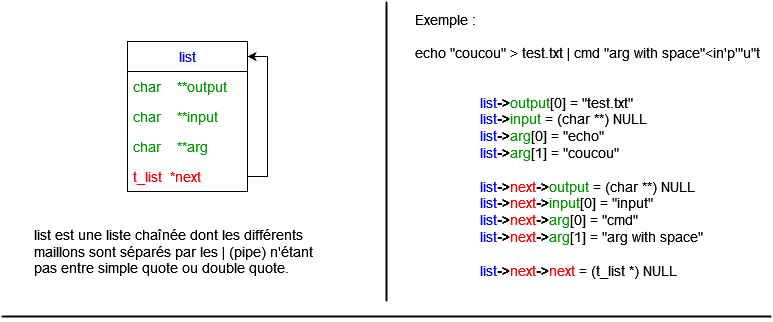
The draw.io diagram minishell.png in ninofaivre/minishell, before a commit. Source tidied: cells renumbered, new cells last; positions are measured from the earlier drawing's top-left corner, leaving out a move shared by most shapes.
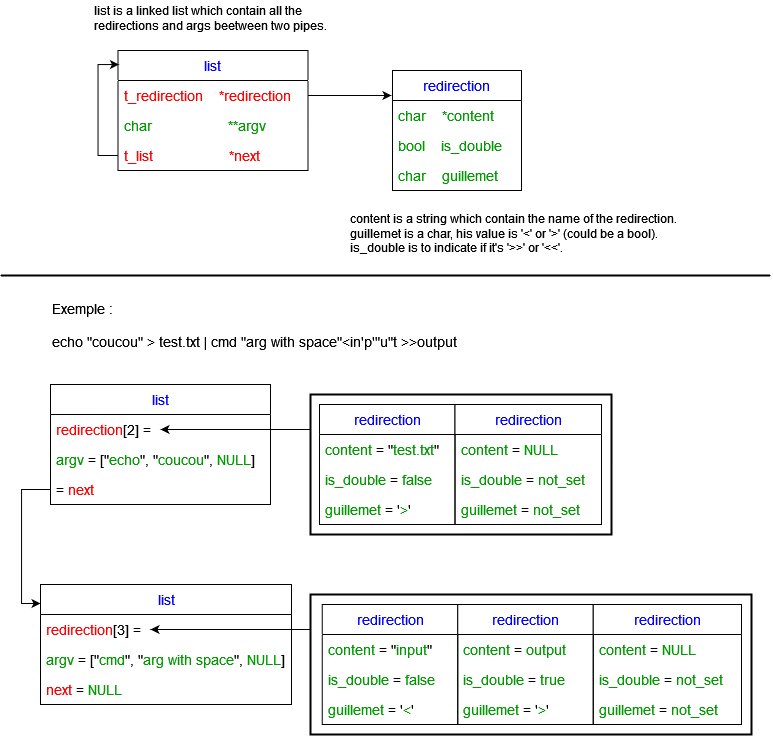
The same file after the commit.

Diff of the diagram source:
```diff
@@ -2,44 +2,167 @@
   <root>
     <mxCell id="0" />
     <mxCell id="1" parent="0" />
+    <mxCell id="14" style="rounded=0;whiteSpace=wrap;fillColor=none;strokeColor=#000000;strokeWidth=2;fontSize=12;fontColor=none;html=1;" parent="1" vertex="1">
+      <mxGeometry x="310" y="284" width="301" height="140" as="geometry" />
+    </mxCell>
+    <mxCell id="15" style="rounded=0;whiteSpace=wrap;fillColor=none;strokeColor=#000000;strokeWidth=2;fontSize=12;fontColor=none;html=1;" parent="1" vertex="1">
+      <mxGeometry x="310" y="484" width="441" height="140" as="geometry" />
+    </mxCell>
     <mxCell id="2" value="list" style="swimlane;fontStyle=0;horizontal=1;startSize=30;fontSize=14;fontColor=#0000FF;" parent="1" vertex="1">
-      <mxGeometry x="126" y="40" width="120" height="150" as="geometry" />
+      <mxGeometry x="117.5" y="-60" width="190" height="120" as="geometry" />
     </mxCell>
-    <mxCell id="3" value="char    **output" style="text;strokeColor=none;fillColor=none;align=left;verticalAlign=middle;spacingLeft=4;spacingRight=4;overflow=hidden;points=[[0,0.5],[1,0.5]];portConstraint=eastwest;fontSize=14;fontColor=#009900;" parent="2" vertex="1">
-      <mxGeometry y="30" width="120" height="30" as="geometry" />
+    <mxCell id="3" value="t_redirection    *redirection" style="text;strokeColor=none;fillColor=none;align=left;verticalAlign=middle;spacingLeft=4;spacingRight=4;overflow=hidden;points=[[0,0.5],[1,0.5]];portConstraint=eastwest;fontSize=14;fontColor=#FF0000;" parent="2" vertex="1">
+      <mxGeometry y="30" width="190" height="30" as="geometry" />
     </mxCell>
-    <mxCell id="4" value="char    **input" style="text;strokeColor=none;fillColor=none;align=left;verticalAlign=middle;spacingLeft=4;spacingRight=4;overflow=hidden;fontSize=14;fontColor=#009900;" parent="2" vertex="1">
-      <mxGeometry y="60" width="120" height="30" as="geometry" />
-    </mxCell>
-    <mxCell id="5" value="char    **arg" style="text;strokeColor=none;fillColor=none;align=left;verticalAlign=middle;spacingLeft=4;spacingRight=4;overflow=hidden;fontSize=14;fontColor=#009900;" parent="2" vertex="1">
-      <mxGeometry y="90" width="120" height="30" as="geometry" />
+    <mxCell id="5" value="char                   **argv" style="text;strokeColor=none;fillColor=none;align=left;verticalAlign=middle;spacingLeft=4;spacingRight=4;overflow=hidden;fontSize=14;fontColor=#009900;" parent="2" vertex="1">
+      <mxGeometry y="60" width="190" height="30" as="geometry" />
     </mxCell>
-    <mxCell id="6" style="edgeStyle=orthogonalEdgeStyle;rounded=0;jettySize=auto;html=1;exitX=1;exitY=0.5;exitDx=0;exitDy=0;entryX=1;entryY=0.1;entryDx=0;entryDy=0;entryPerimeter=0;" parent="2" edge="1" source="7" target="2">
+    <mxCell id="6" style="edgeStyle=orthogonalEdgeStyle;rounded=0;jettySize=auto;html=1;exitX=0;exitY=0.5;exitDx=0;exitDy=0;entryX=0.005;entryY=0.117;entryDx=0;entryDy=0;entryPerimeter=0;" parent="2" edge="1" source="7" target="2">
       <mxGeometry relative="1" as="geometry" />
     </mxCell>
-    <mxCell id="7" value="t_list  *next" style="text;strokeColor=none;fillColor=none;align=left;verticalAlign=middle;spacingLeft=4;spacingRight=4;overflow=hidden;points=[[0,0.5],[1,0.5]];portConstraint=eastwest;fontSize=14;fontColor=#FF0000;" parent="2" vertex="1">
-      <mxGeometry y="120" width="120" height="30" as="geometry" />
+    <mxCell id="7" value="t_list                   *next" style="text;strokeColor=none;fillColor=none;align=left;verticalAlign=middle;spacingLeft=4;spacingRight=4;overflow=hidden;points=[[0,0.5],[1,0.5]];portConstraint=eastwest;fontSize=14;fontColor=#FF0000;" parent="2" vertex="1">
+      <mxGeometry y="90" width="190" height="30" as="geometry" />
     </mxCell>
-    <mxCell id="8" value="&lt;div&gt;Exemple :&lt;/div&gt;&lt;div&gt;&lt;br&gt;&lt;/div&gt;&lt;div&gt;echo &quot;coucou&quot; &amp;gt; test.txt | cmd &quot;arg with space&quot;&amp;lt;in'p'&quot;u&quot;t&lt;br&gt;&lt;/div&gt;" style="text;html=1;strokeColor=none;fillColor=none;align=left;verticalAlign=middle;whiteSpace=wrap;rounded=0;fontSize=14;fontColor=#000000;" parent="1" vertex="1">
-      <mxGeometry x="412" y="10" width="359" height="50" as="geometry" />
+    <mxCell id="8" value="&lt;div&gt;Exemple :&lt;/div&gt;&lt;div&gt;&lt;br&gt;&lt;/div&gt;&lt;div&gt;echo &quot;coucou&quot; &amp;gt; test.txt | cmd &quot;arg with space&quot;&amp;lt;in'p'&quot;u&quot;t &amp;gt;&amp;gt;output&lt;br&gt;&lt;/div&gt;" style="text;html=1;strokeColor=none;fillColor=none;align=left;verticalAlign=middle;whiteSpace=wrap;rounded=0;fontSize=14;fontColor=#000000;" parent="1" vertex="1">
+      <mxGeometry x="50" y="190" width="435.5" height="50" as="geometry" />
     </mxCell>
-    <mxCell id="9" value="&lt;div align=&quot;left&quot;&gt;&lt;font color=&quot;#0000FF&quot;&gt;list&lt;/font&gt;&lt;b&gt;-&amp;gt;&lt;/b&gt;&lt;font color=&quot;#009900&quot;&gt;output&lt;font color=&quot;#000000&quot;&gt;[0]&lt;/font&gt;&lt;/font&gt; = &quot;test.txt&quot;&lt;br&gt;&lt;/div&gt;&lt;div align=&quot;left&quot;&gt;&lt;font color=&quot;#0000FF&quot;&gt;list&lt;/font&gt;&lt;b&gt;-&amp;gt;&lt;/b&gt;&lt;font color=&quot;#009900&quot;&gt;input&lt;/font&gt; = (char **) NULL&lt;br&gt;&lt;font color=&quot;#0000FF&quot;&gt;list&lt;/font&gt;&lt;b&gt;-&amp;gt;&lt;/b&gt;&lt;font color=&quot;#009900&quot;&gt;arg&lt;font color=&quot;#000000&quot;&gt;[0]&lt;/font&gt;&lt;/font&gt; = &quot;echo&quot;&lt;br&gt;&lt;font color=&quot;#0000FF&quot;&gt;list&lt;/font&gt;&lt;b&gt;-&amp;gt;&lt;/b&gt;&lt;font color=&quot;#009900&quot;&gt;arg&lt;/font&gt;[1] = &quot;coucou&quot;&lt;/div&gt;&lt;div align=&quot;left&quot;&gt;&lt;br&gt;&lt;/div&gt;&lt;div align=&quot;left&quot;&gt;&lt;font color=&quot;#0000FF&quot;&gt;list&lt;/font&gt;&lt;b&gt;-&amp;gt;&lt;/b&gt;&lt;font color=&quot;#FF0000&quot;&gt;next&lt;/font&gt;&lt;b&gt;-&amp;gt;&lt;/b&gt;&lt;font color=&quot;#009900&quot;&gt;output&lt;/font&gt; = (char **) NULL&lt;/div&gt;&lt;div align=&quot;left&quot;&gt;&lt;div align=&quot;left&quot;&gt;&lt;font color=&quot;#0000FF&quot;&gt;list&lt;/font&gt;&lt;b&gt;-&amp;gt;&lt;/b&gt;&lt;font color=&quot;#FF0000&quot;&gt;next&lt;/font&gt;&lt;b&gt;-&amp;gt;&lt;/b&gt;&lt;font color=&quot;#009900&quot;&gt;input&lt;/font&gt;[0] = &quot;input&quot;&lt;/div&gt;&lt;font color=&quot;#0000FF&quot;&gt;&lt;/font&gt;&lt;/div&gt;&lt;div align=&quot;left&quot;&gt;&lt;font color=&quot;#0000FF&quot;&gt;list&lt;/font&gt;&lt;b&gt;-&amp;gt;&lt;/b&gt;&lt;font color=&quot;#FF0000&quot;&gt;next&lt;/font&gt;&lt;b&gt;-&amp;gt;&lt;/b&gt;&lt;font color=&quot;#009900&quot;&gt;arg&lt;/font&gt;[0]&lt;b&gt; &lt;/b&gt;= &quot;cmd&quot;&lt;/div&gt;&lt;div align=&quot;left&quot;&gt;&lt;font color=&quot;#0000FF&quot;&gt;list&lt;/font&gt;&lt;b&gt;-&amp;gt;&lt;/b&gt;&lt;font color=&quot;#FF0000&quot;&gt;next&lt;/font&gt;&lt;b&gt;-&amp;gt;&lt;/b&gt;&lt;font color=&quot;#009900&quot;&gt;arg&lt;/font&gt;[1] = &quot;arg with space&quot;&lt;/div&gt;&lt;div align=&quot;left&quot;&gt;&lt;br&gt;&lt;font color=&quot;#0000FF&quot;&gt;list&lt;/font&gt;&lt;b&gt;-&amp;gt;&lt;/b&gt;&lt;font color=&quot;#FF0000&quot;&gt;next&lt;/font&gt;&lt;b&gt;-&amp;gt;&lt;/b&gt;&lt;font color=&quot;#FF0000&quot;&gt;next&lt;/font&gt; = (t_list *) NULL&lt;br&gt;&lt;/div&gt;" style="text;html=1;strokeColor=none;fillColor=none;align=left;verticalAlign=middle;whiteSpace=wrap;rounded=0;fontSize=14;fontColor=#000000;" parent="1" vertex="1">
-      <mxGeometry x="476.5" y="90" width="230" height="190" as="geometry" />
-    </mxCell>
-    <mxCell id="10" style="line;strokeWidth=2;direction=south;html=1;fontSize=14;fontColor=#009900;align=left;" parent="1" vertex="1">
-      <mxGeometry x="380" width="10" height="300" as="geometry" />
-    </mxCell>
     <mxCell id="11" style="line;strokeWidth=2;html=1;fontSize=14;fontColor=#009900;align=left;" parent="1" vertex="1">
-      <mxGeometry y="310" width="770" height="10" as="geometry" />
+      <mxGeometry y="160" width="770" height="10" as="geometry" />
     </mxCell>
-    <mxCell id="12" value="list est une liste chaînée dont les différents maillons sont séparés par les | (pipe) n'étant pas entre simple quote ou double quote." style="text;html=1;strokeColor=none;fillColor=none;align=left;verticalAlign=middle;whiteSpace=wrap;rounded=0;fillStyle=dashed;fontSize=14;fontColor=#000000;" parent="1" vertex="1">
-      <mxGeometry x="31" y="210" width="290" height="80" as="geometry" />
+    <mxCell id="12" value="&lt;font style=&quot;font-size: 12px;&quot;&gt;list is a linked list which contain all the redirections and args beetween two pipes. &lt;/font&gt;" style="text;html=1;strokeColor=none;fillColor=none;align=left;verticalAlign=middle;whiteSpace=wrap;rounded=0;fillStyle=dashed;fontSize=12;fontColor=#000000;" parent="1" vertex="1">
+      <mxGeometry x="92" y="-110" width="245.5" height="35" as="geometry" />
     </mxCell>
     <mxCell id="13" style="edgeStyle=orthogonalEdgeStyle;rounded=0;orthogonalLoop=1;jettySize=auto;html=1;exitX=0;exitY=0.5;exitDx=0;exitDy=0;exitPerimeter=0;fontSize=14;fontColor=#CC00CC;strokeWidth=2;" parent="1" edge="1">
       <mxGeometry relative="1" as="geometry">
-        <mxPoint x="186" y="280" as="sourcePoint" />
-        <mxPoint x="186" y="280" as="targetPoint" />
+        <mxPoint x="186" y="220" as="sourcePoint" />
+        <mxPoint x="186" y="220" as="targetPoint" />
       </mxGeometry>
     </mxCell>
+    <mxCell id="16" value="redirection" style="swimlane;fontStyle=0;horizontal=1;startSize=30;fontSize=14;fontColor=#0000FF;" parent="1" vertex="1">
+      <mxGeometry x="392" y="-40" width="129" height="120" as="geometry" />
+    </mxCell>
+    <mxCell id="17" value="char    *content" style="text;strokeColor=none;fillColor=none;align=left;verticalAlign=middle;spacingLeft=4;spacingRight=4;overflow=hidden;points=[[0,0.5],[1,0.5]];portConstraint=eastwest;fontSize=14;fontColor=#009900;" parent="16" vertex="1">
+      <mxGeometry y="30" width="129" height="30" as="geometry" />
+    </mxCell>
+    <mxCell id="18" value="bool    is_double" style="text;strokeColor=none;fillColor=none;align=left;verticalAlign=middle;spacingLeft=4;spacingRight=4;overflow=hidden;fontSize=14;fontColor=#009900;" parent="16" vertex="1">
+      <mxGeometry y="60" width="129" height="30" as="geometry" />
+    </mxCell>
+    <mxCell id="19" value="char    guillemet" style="text;strokeColor=none;fillColor=none;align=left;verticalAlign=middle;spacingLeft=4;spacingRight=4;overflow=hidden;fontSize=14;fontColor=#009900;" parent="16" vertex="1">
+      <mxGeometry y="90" width="129" height="30" as="geometry" />
+    </mxCell>
+    <mxCell id="20" style="edgeStyle=orthogonalEdgeStyle;rounded=0;jettySize=auto;html=1;exitX=1;exitY=0.5;exitDx=0;exitDy=0;entryX=-0.008;entryY=-0.167;entryDx=0;entryDy=0;entryPerimeter=0;" parent="1" edge="1" source="3" target="17">
+      <mxGeometry relative="1" as="geometry" />
+    </mxCell>
+    <mxCell id="21" value="&lt;div style=&quot;font-size: 12px;&quot;&gt;&lt;font style=&quot;font-size: 12px;&quot;&gt;content is a string which contain the name of the redirection.&lt;/font&gt;&lt;/div&gt;&lt;div style=&quot;font-size: 12px;&quot;&gt;&lt;font style=&quot;font-size: 12px;&quot;&gt;guillemet is a char, his value is '&amp;lt;' or '&amp;gt;' (could be a bool).&lt;/font&gt;&lt;/div&gt;&lt;div style=&quot;font-size: 12px;&quot;&gt;&lt;font style=&quot;font-size: 12px;&quot;&gt;is_double is to indicate if it's '&amp;gt;&amp;gt;' or '&amp;lt;&amp;lt;'.&lt;br style=&quot;font-size: 12px;&quot;&gt;&lt;/font&gt;&lt;/div&gt;" style="text;html=1;strokeColor=none;fillColor=none;align=left;verticalAlign=middle;whiteSpace=wrap;rounded=0;fillStyle=dashed;fontSize=12;fontColor=#000000;" parent="1" vertex="1">
+      <mxGeometry x="347.5" y="90" width="330" height="65" as="geometry" />
+    </mxCell>
+    <mxCell id="22" value="list" style="swimlane;fontStyle=0;horizontal=1;startSize=30;fontSize=14;fontColor=#0000FF;html=1;" parent="1" vertex="1">
+      <mxGeometry x="50" y="274" width="220" height="120" as="geometry" />
+    </mxCell>
+    <mxCell id="23" value="redirection&lt;font color=&quot;#000000&quot;&gt;[2] =&lt;/font&gt;" style="text;strokeColor=none;fillColor=none;align=left;verticalAlign=middle;spacingLeft=4;spacingRight=4;overflow=hidden;points=[[0,0.5],[1,0.5]];portConstraint=eastwest;fontSize=14;fontColor=#FF0000;html=1;" parent="22" vertex="1">
+      <mxGeometry y="30" width="220" height="30" as="geometry" />
+    </mxCell>
+    <mxCell id="24" value="&lt;font color=&quot;#009900&quot;&gt;argv&lt;/font&gt; = [&quot;&lt;font color=&quot;#009900&quot;&gt;echo&lt;/font&gt;&quot;, &quot;&lt;font color=&quot;#009900&quot;&gt;coucou&lt;/font&gt;&quot;, &lt;font color=&quot;#009900&quot;&gt;NULL&lt;/font&gt;]" style="text;strokeColor=none;fillColor=none;align=left;verticalAlign=middle;spacingLeft=4;spacingRight=4;overflow=hidden;fontSize=14;fontColor=default;fontStyle=0;html=1;" parent="22" vertex="1">
+      <mxGeometry y="60" width="220" height="30" as="geometry" />
+    </mxCell>
+    <mxCell id="25" value="&lt;font color=&quot;#000000&quot;&gt;= &lt;/font&gt;next" style="text;strokeColor=none;fillColor=none;align=left;verticalAlign=middle;spacingLeft=4;spacingRight=4;overflow=hidden;points=[[0,0.5],[1,0.5]];portConstraint=eastwest;fontSize=14;fontColor=#FF0000;html=1;" parent="22" vertex="1">
+      <mxGeometry y="90" width="220" height="30" as="geometry" />
+    </mxCell>
+    <mxCell id="26" style="edgeStyle=orthogonalEdgeStyle;rounded=0;orthogonalLoop=1;jettySize=auto;exitX=1;exitY=0.5;exitDx=0;exitDy=0;fontSize=12;html=1;" parent="22" edge="1" source="23" target="23">
+      <mxGeometry relative="1" as="geometry" />
+    </mxCell>
+    <mxCell id="27" value="redirection" style="swimlane;fontStyle=0;horizontal=1;startSize=30;fontSize=14;fontColor=#0000FF;html=1;" parent="1" vertex="1">
+      <mxGeometry x="319" y="294" width="135.5" height="120" as="geometry" />
+    </mxCell>
+    <mxCell id="28" value="&lt;font color=&quot;#009900&quot;&gt;content&lt;/font&gt; = &quot;&lt;font color=&quot;#009900&quot;&gt;test.txt&lt;/font&gt;&quot;" style="text;strokeColor=none;fillColor=none;align=left;verticalAlign=middle;spacingLeft=4;spacingRight=4;overflow=hidden;fontSize=14;fontColor=#000000;html=1;" parent="27" vertex="1">
+      <mxGeometry y="30" width="135.5" height="30" as="geometry" />
+    </mxCell>
+    <mxCell id="29" value="is_double &lt;font color=&quot;#000000&quot;&gt;= &lt;/font&gt;false" style="text;strokeColor=none;fillColor=none;align=left;verticalAlign=middle;spacingLeft=4;spacingRight=4;overflow=hidden;fontSize=14;fontColor=#009900;html=1;" parent="27" vertex="1">
+      <mxGeometry y="60" width="135.5" height="30" as="geometry" />
+    </mxCell>
+    <mxCell id="30" value="guillemet &lt;font color=&quot;#000000&quot;&gt;= '&lt;/font&gt;&amp;gt;&lt;font color=&quot;#000000&quot;&gt;'&lt;/font&gt;" style="text;strokeColor=none;fillColor=none;align=left;verticalAlign=middle;spacingLeft=4;spacingRight=4;overflow=hidden;fontSize=14;fontColor=#009900;html=1;" parent="27" vertex="1">
+      <mxGeometry y="90" width="135.5" height="30" as="geometry" />
+    </mxCell>
+    <mxCell id="31" value="redirection" style="swimlane;fontStyle=0;horizontal=1;startSize=30;fontSize=14;fontColor=#0000FF;html=1;" parent="1" vertex="1">
+      <mxGeometry x="454.5" y="294" width="146.5" height="120" as="geometry" />
+    </mxCell>
+    <mxCell id="32" value="content &lt;font color=&quot;#000000&quot;&gt;= &lt;/font&gt;NULL" style="text;strokeColor=none;fillColor=none;align=left;verticalAlign=middle;spacingLeft=4;spacingRight=4;overflow=hidden;fontSize=14;fontColor=#009900;html=1;" parent="31" vertex="1">
+      <mxGeometry y="30" width="146.5" height="30" as="geometry" />
+    </mxCell>
+    <mxCell id="33" value="is_double &lt;font color=&quot;#000000&quot;&gt;= &lt;/font&gt;not_set" style="text;strokeColor=none;fillColor=none;align=left;verticalAlign=middle;spacingLeft=4;spacingRight=4;overflow=hidden;fontSize=14;fontColor=#009900;html=1;" parent="31" vertex="1">
+      <mxGeometry y="60" width="146.5" height="30" as="geometry" />
+    </mxCell>
+    <mxCell id="34" value="guillemet &lt;font color=&quot;#000000&quot;&gt;= &lt;/font&gt;not_set" style="text;strokeColor=none;fillColor=none;align=left;verticalAlign=middle;spacingLeft=4;spacingRight=4;overflow=hidden;fontSize=14;fontColor=#009900;html=1;" parent="31" vertex="1">
+      <mxGeometry y="90" width="146.5" height="30" as="geometry" />
+    </mxCell>
+    <mxCell id="35" style="edgeStyle=orthogonalEdgeStyle;rounded=0;jettySize=auto;exitX=0;exitY=0.25;exitDx=0;exitDy=0;fontSize=12;fontColor=none;html=1;" parent="1" edge="1" source="14">
+      <mxGeometry relative="1" as="geometry">
+        <mxPoint x="160" y="319" as="targetPoint" />
+      </mxGeometry>
+    </mxCell>
+    <mxCell id="36" value="list" style="swimlane;fontStyle=0;horizontal=1;startSize=30;fontSize=14;fontColor=#0000FF;html=1;" parent="1" vertex="1">
+      <mxGeometry x="40" y="474" width="251" height="120" as="geometry" />
+    </mxCell>
+    <mxCell id="37" value="redirection&lt;font color=&quot;#000000&quot;&gt;[3] =&lt;/font&gt;" style="text;strokeColor=none;fillColor=none;align=left;verticalAlign=middle;spacingLeft=4;spacingRight=4;overflow=hidden;points=[[0,0.5],[1,0.5]];portConstraint=eastwest;fontSize=14;fontColor=#FF0000;html=1;" parent="36" vertex="1">
+      <mxGeometry y="30" width="251" height="30" as="geometry" />
+    </mxCell>
+    <mxCell id="38" value="argv&lt;font color=&quot;#000000&quot;&gt; = [&quot;&lt;/font&gt;cmd&lt;font color=&quot;#000000&quot;&gt;&quot;, &quot;&lt;/font&gt;arg with space&lt;font color=&quot;#000000&quot;&gt;&quot;, &lt;/font&gt;NULL&lt;font color=&quot;#000000&quot;&gt;]&lt;/font&gt;" style="text;strokeColor=none;fillColor=none;align=left;verticalAlign=middle;spacingLeft=4;spacingRight=4;overflow=hidden;fontSize=14;fontColor=#009900;html=1;" parent="36" vertex="1">
+      <mxGeometry y="60" width="251" height="30" as="geometry" />
+    </mxCell>
+    <mxCell id="39" value="next &lt;font color=&quot;#000000&quot;&gt;=&lt;/font&gt; &lt;font color=&quot;#009900&quot;&gt;NULL&lt;/font&gt;" style="text;strokeColor=none;fillColor=none;align=left;verticalAlign=middle;spacingLeft=4;spacingRight=4;overflow=hidden;fontSize=14;fontColor=#FF0000;html=1;" parent="36" vertex="1">
+      <mxGeometry y="90" width="251" height="30" as="geometry" />
+    </mxCell>
+    <mxCell id="40" style="edgeStyle=orthogonalEdgeStyle;rounded=0;orthogonalLoop=1;jettySize=auto;exitX=1;exitY=0.5;exitDx=0;exitDy=0;fontSize=12;html=1;" parent="36" edge="1" source="37" target="37">
+      <mxGeometry relative="1" as="geometry" />
+    </mxCell>
+    <mxCell id="41" value="redirection" style="swimlane;fontStyle=0;horizontal=1;startSize=30;fontSize=14;fontColor=#0000FF;html=1;" parent="1" vertex="1">
+      <mxGeometry x="321.8" y="494" width="135.5" height="120" as="geometry" />
+    </mxCell>
+    <mxCell id="42" value="content &lt;font color=&quot;#000000&quot;&gt;= &quot;&lt;/font&gt;input&lt;font color=&quot;#000000&quot;&gt;&quot;&lt;/font&gt;" style="text;strokeColor=none;fillColor=none;align=left;verticalAlign=middle;spacingLeft=4;spacingRight=4;overflow=hidden;fontSize=14;fontColor=#009900;html=1;" parent="41" vertex="1">
+      <mxGeometry y="30" width="135.5" height="30" as="geometry" />
+    </mxCell>
+    <mxCell id="43" value="is_double &lt;font color=&quot;#000000&quot;&gt;= &lt;/font&gt;false" style="text;strokeColor=none;fillColor=none;align=left;verticalAlign=middle;spacingLeft=4;spacingRight=4;overflow=hidden;fontSize=14;fontColor=#009900;html=1;" parent="41" vertex="1">
+      <mxGeometry y="60" width="135.5" height="30" as="geometry" />
+    </mxCell>
+    <mxCell id="44" value="guillemet &lt;font color=&quot;#000000&quot;&gt;= '&lt;/font&gt;&amp;lt;&lt;font color=&quot;#000000&quot;&gt;'&lt;/font&gt;" style="text;strokeColor=none;fillColor=none;align=left;verticalAlign=middle;spacingLeft=4;spacingRight=4;overflow=hidden;fontSize=14;fontColor=#009900;html=1;" parent="41" vertex="1">
+      <mxGeometry y="90" width="135.5" height="30" as="geometry" />
+    </mxCell>
+    <mxCell id="45" value="redirection" style="swimlane;fontStyle=0;horizontal=1;startSize=30;fontSize=14;fontColor=#0000FF;html=1;" parent="1" vertex="1">
+      <mxGeometry x="457.2" y="494" width="135.5" height="120" as="geometry" />
+    </mxCell>
+    <mxCell id="46" value="content &lt;font color=&quot;#000000&quot;&gt;= &lt;/font&gt;output" style="text;strokeColor=none;fillColor=none;align=left;verticalAlign=middle;spacingLeft=4;spacingRight=4;overflow=hidden;fontSize=14;fontColor=#009900;html=1;" parent="45" vertex="1">
+      <mxGeometry y="30" width="135.5" height="30" as="geometry" />
+    </mxCell>
+    <mxCell id="47" value="is_double &lt;font color=&quot;#000000&quot;&gt;= &lt;/font&gt;true" style="text;strokeColor=none;fillColor=none;align=left;verticalAlign=middle;spacingLeft=4;spacingRight=4;overflow=hidden;fontSize=14;fontColor=#009900;html=1;" parent="45" vertex="1">
+      <mxGeometry y="60" width="135.5" height="30" as="geometry" />
+    </mxCell>
+    <mxCell id="48" value="guillemet &lt;font color=&quot;#000000&quot;&gt;= '&lt;/font&gt;&amp;gt;&lt;font color=&quot;#000000&quot;&gt;'&lt;/font&gt;" style="text;strokeColor=none;fillColor=none;align=left;verticalAlign=middle;spacingLeft=4;spacingRight=4;overflow=hidden;fontSize=14;fontColor=#009900;html=1;" parent="45" vertex="1">
+      <mxGeometry y="90" width="135.5" height="30" as="geometry" />
+    </mxCell>
+    <mxCell id="49" style="edgeStyle=orthogonalEdgeStyle;rounded=0;jettySize=auto;exitX=0;exitY=0.25;exitDx=0;exitDy=0;fontSize=12;fontColor=none;html=1;" parent="1" edge="1" source="15">
+      <mxGeometry relative="1" as="geometry">
+        <mxPoint x="150" y="519" as="targetPoint" />
+      </mxGeometry>
+    </mxCell>
+    <mxCell id="50" style="edgeStyle=orthogonalEdgeStyle;rounded=0;jettySize=auto;exitX=0;exitY=0.5;exitDx=0;exitDy=0;entryX=0;entryY=0.158;entryDx=0;entryDy=0;entryPerimeter=0;fontSize=12;fontColor=none;html=1;" parent="1" edge="1" source="25" target="36">
+      <mxGeometry relative="1" as="geometry">
+        <Array as="points">
+          <mxPoint x="21" y="379" />
+          <mxPoint x="21" y="493" />
+        </Array>
+      </mxGeometry>
+    </mxCell>
+    <mxCell id="51" value="redirection" style="swimlane;fontStyle=0;horizontal=1;startSize=30;fontSize=14;fontColor=#0000FF;html=1;" parent="1" vertex="1">
+      <mxGeometry x="592.8" y="494" width="148.2" height="120" as="geometry" />
+    </mxCell>
+    <mxCell id="52" value="content &lt;font color=&quot;#000000&quot;&gt;= &lt;/font&gt;NULL" style="text;strokeColor=none;fillColor=none;align=left;verticalAlign=middle;spacingLeft=4;spacingRight=4;overflow=hidden;fontSize=14;fontColor=#009900;html=1;" parent="51" vertex="1">
+      <mxGeometry y="30" width="148.2" height="30" as="geometry" />
+    </mxCell>
+    <mxCell id="53" value="is_double &lt;font color=&quot;#000000&quot;&gt;= &lt;/font&gt;not_set" style="text;strokeColor=none;fillColor=none;align=left;verticalAlign=middle;spacingLeft=4;spacingRight=4;overflow=hidden;fontSize=14;fontColor=#009900;html=1;" parent="51" vertex="1">
+      <mxGeometry y="60" width="148.2" height="30" as="geometry" />
+    </mxCell>
+    <mxCell id="54" value="guillemet &lt;font color=&quot;#000000&quot;&gt;= &lt;/font&gt;not_set" style="text;strokeColor=none;fillColor=none;align=left;verticalAlign=middle;spacingLeft=4;spacingRight=4;overflow=hidden;fontSize=14;fontColor=#009900;html=1;" parent="51" vertex="1">
+      <mxGeometry y="90" width="148.2" height="30" as="geometry" />
+    </mxCell>
   </root>
 </mxGraphModel>
```
